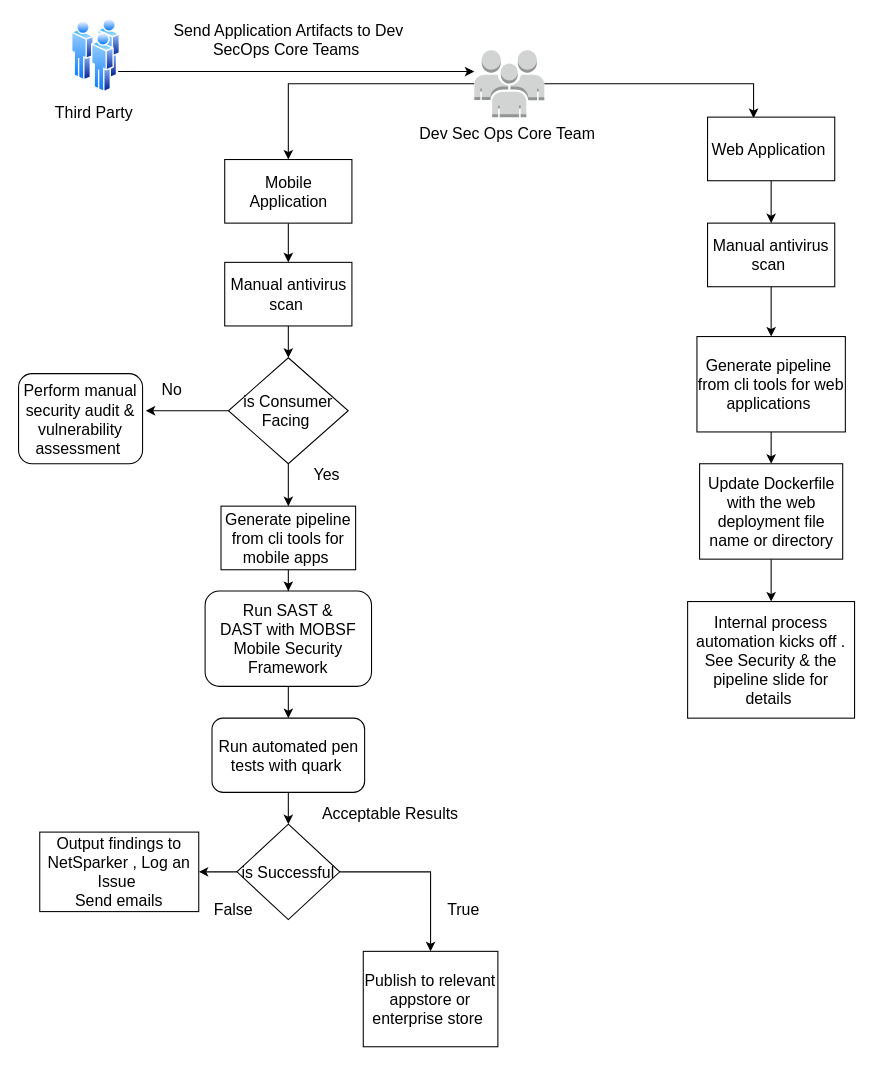
Above: page "External process" (3 of 3) of icurity.drawio in tyger-rareatom/consulting-architectures (draw.io), before the change. Source tidied: cells renumbered, new cells numbered last; positions are measured from the earlier drawing's top-left corner, leaving out a move shared by most shapes. Both pictures are drawn from the tidied source at 106%, with x=0, y=0 at pixel (18, 18).
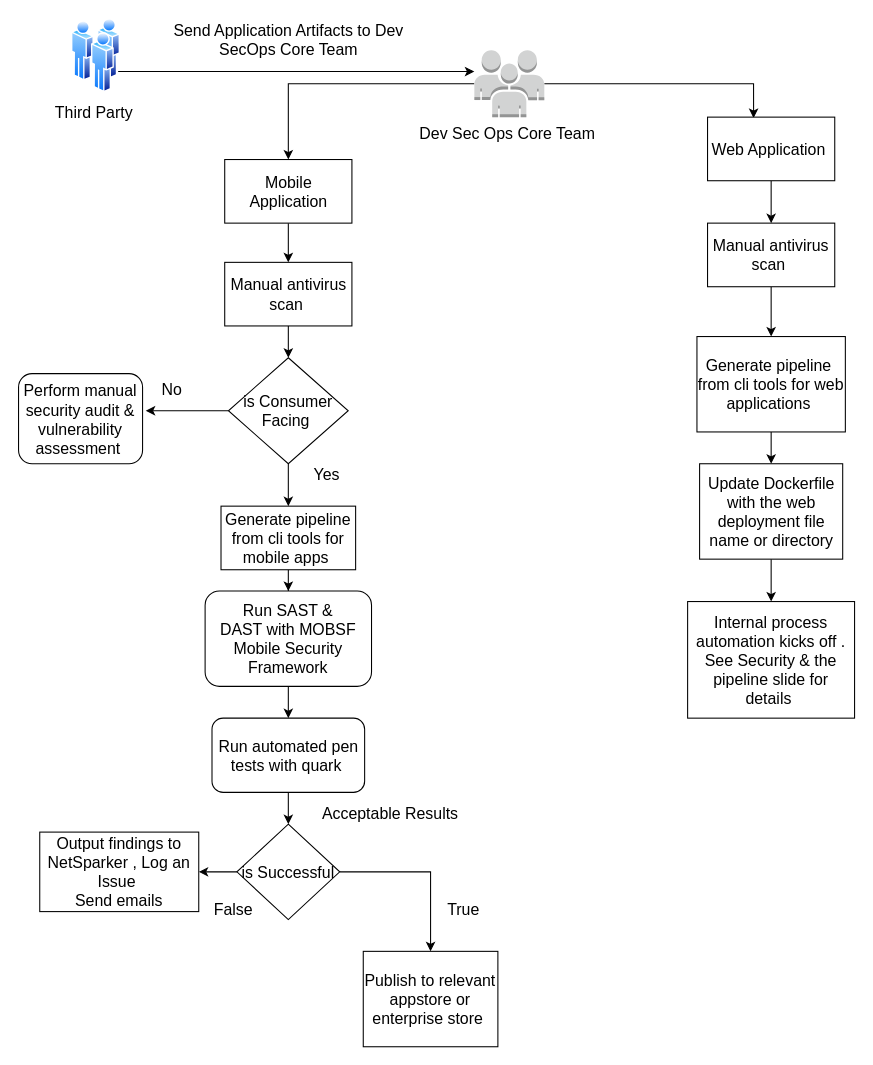
The same page after the edit.

Commit message:
DevSecOps Core team fix

Diff of the diagram source:
```diff
@@
-    <mxCell id="39" value="Send Application Artifacts to Dev SecOps Core Teams&amp;nbsp;" style="text;html=1;strokeColor=none;fillColor=none;align=center;verticalAlign=middle;whiteSpace=wrap;rounded=0;fontSize=15;" parent="1" vertex="1">
-      <mxGeometry x="124.5" y="10" width="260" height="20" as="geometry" />
+    <mxCell id="39" value="Send Application Artifacts to Dev SecOps Core Team" style="text;html=1;strokeColor=none;fillColor=none;align=center;verticalAlign=middle;whiteSpace=wrap;rounded=0;fontSize=15;" parent="1" vertex="1">
+      <mxGeometry x="124.5" width="260" height="40" as="geometry" />
     </mxCell>
```
